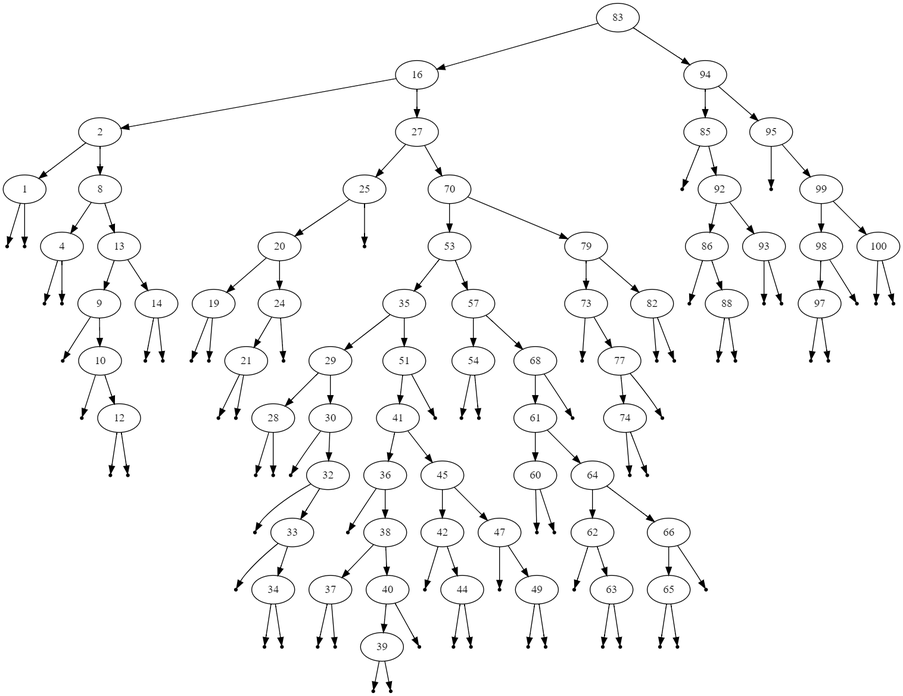
Before: examples/100_no_balance.png, a diagram exported from Graphviz (jnguyen1098/Tree-to-DOT). Its source is kept beside it as examples/100_no_balance.dot. Its diagram source:
```dot
digraph G {
	graph [ordering="out"];
	"83" -> "16"
	"83" -> "94"
	"16" -> "2"
	"16" -> "27"
	"2" -> "1"
	"2" -> "8"
	null0 [shape="point"]
	"1" -> null0
	null1 [shape="point"]
	"1" -> null1
	"8" -> "4"
	"8" -> "13"
	null2 [shape="point"]
	"4" -> null2
	null3 [shape="point"]
	"4" -> null3
	"13" -> "9"
	"13" -> "14"
	null4 [shape="point"]
	"9" -> null4
	"9" -> "10"
	null5 [shape="point"]
	"10" -> null5
	"10" -> "12"
	null6 [shape="point"]
	"12" -> null6
	null7 [shape="point"]
	"12" -> null7
	null8 [shape="point"]
	"14" -> null8
	null9 [shape="point"]
	"14" -> null9
	"27" -> "25"
	"27" -> "70"
	"25" -> "20"
	null10 [shape="point"]
	"25" -> null10
	"20" -> "19"
	"20" -> "24"
	null11 [shape="point"]
	"19" -> null11
	null12 [shape="point"]
	"19" -> null12
	"24" -> "21"
	null13 [shape="point"]
	"24" -> null13
	null14 [shape="point"]
	"21" -> null14
	null15 [shape="point"]
	"21" -> null15
	"70" -> "53"
	"70" -> "79"
	"53" -> "35"
	"53" -> "57"
	"35" -> "29"
	"35" -> "51"
	"29" -> "28"
	"29" -> "30"
	null16 [shape="point"]
	"28" -> null16
	null17 [shape="point"]
	"28" -> null17
	null18 [shape="point"]
	"30" -> null18
	"30" -> "32"
	null19 [shape="point"]
	"32" -> null19
	"32" -> "33"
	null20 [shape="point"]
	"33" -> null20
	"33" -> "34"
	null21 [shape="point"]
	"34" -> null21
	null22 [shape="point"]
	"34" -> null22
	"51" -> "41"
	null23 [shape="point"]
	"51" -> null23
	"41" -> "36"
	"41" -> "45"
	null24 [shape="point"]
	"36" -> null24
	"36" -> "38"
	"38" -> "37"
	"38" -> "40"
	null25 [shape="point"]
	"37" -> null25
	null26 [shape="point"]
	"37" -> null26
	"40" -> "39"
	null27 [shape="point"]
	"40" -> null27
	null28 [shape="point"]
	"39" -> null28
	null29 [shape="point"]
	"39" -> null29
	"45" -> "42"
	"45" -> "47"
	null30 [shape="point"]
	"42" -> null30
	"42" -> "44"
	null31 [shape="point"]
	"44" -> null31
	null32 [shape="point"]
	"44" -> null32
	null33 [shape="point"]
	"47" -> null33
	"47" -> "49"
	null34 [shape="point"]
	"49" -> null34
	null35 [shape="point"]
	"49" -> null35
	"57" -> "54"
	"57" -> "68"
	null36 [shape="point"]
	"54" -> null36
	null37 [shape="point"]
	"54" -> null37
	"68" -> "61"
	null38 [shape="point"]
	"68" -> null38
	"61" -> "60"
	"61" -> "64"
	null39 [shape="point"]
	"60" -> null39
	null40 [shape="point"]
	"60" -> null40
	"64" -> "62"
	"64" -> "66"
	null41 [shape="point"]
	"62" -> null41
	"62" -> "63"
	null42 [shape="point"]
	"63" -> null42
	null43 [shape="point"]
	"63" -> null43
	"66" -> "65"
	null44 [shape="point"]
	"66" -> null44
	null45 [shape="point"]
	"65" -> null45
	null46 [shape="point"]
	"65" -> null46
	"79" -> "73"
	"79" -> "82"
	null47 [shape="point"]
	"73" -> null47
	"73" -> "77"
	"77" -> "74"
	null48 [shape="point"]
	"77" -> null48
	null49 [shape="point"]
	"74" -> null49
	null50 [shape="point"]
	"74" -> null50
	null51 [shape="point"]
	"82" -> null51
	null52 [shape="point"]
	"82" -> null52
	"94" -> "85"
	"94" -> "95"
	null53 [shape="point"]
	"85" -> null53
	"85" -> "92"
	"92" -> "86"
	"92" -> "93"
	null54 [shape="point"]
	"86" -> null54
	"86" -> "88"
	null55 [shape="point"]
	"88" -> null55
	null56 [shape="point"]
	"88" -> null56
	null57 [shape="point"]
	"93" -> null57
	null58 [shape="point"]
	"93" -> null58
	null59 [shape="point"]
	"95" -> null59
	"95" -> "99"
	"99" -> "98"
	"99" -> "100"
	"98" -> "97"
	null60 [shape="point"]
	"98" -> null60
	null61 [shape="point"]
	"97" -> null61
	null62 [shape="point"]
	"97" -> null62
	null63 [shape="point"]
	"100" -> null63
	null64 [shape="point"]
	"100" -> null64
}
```
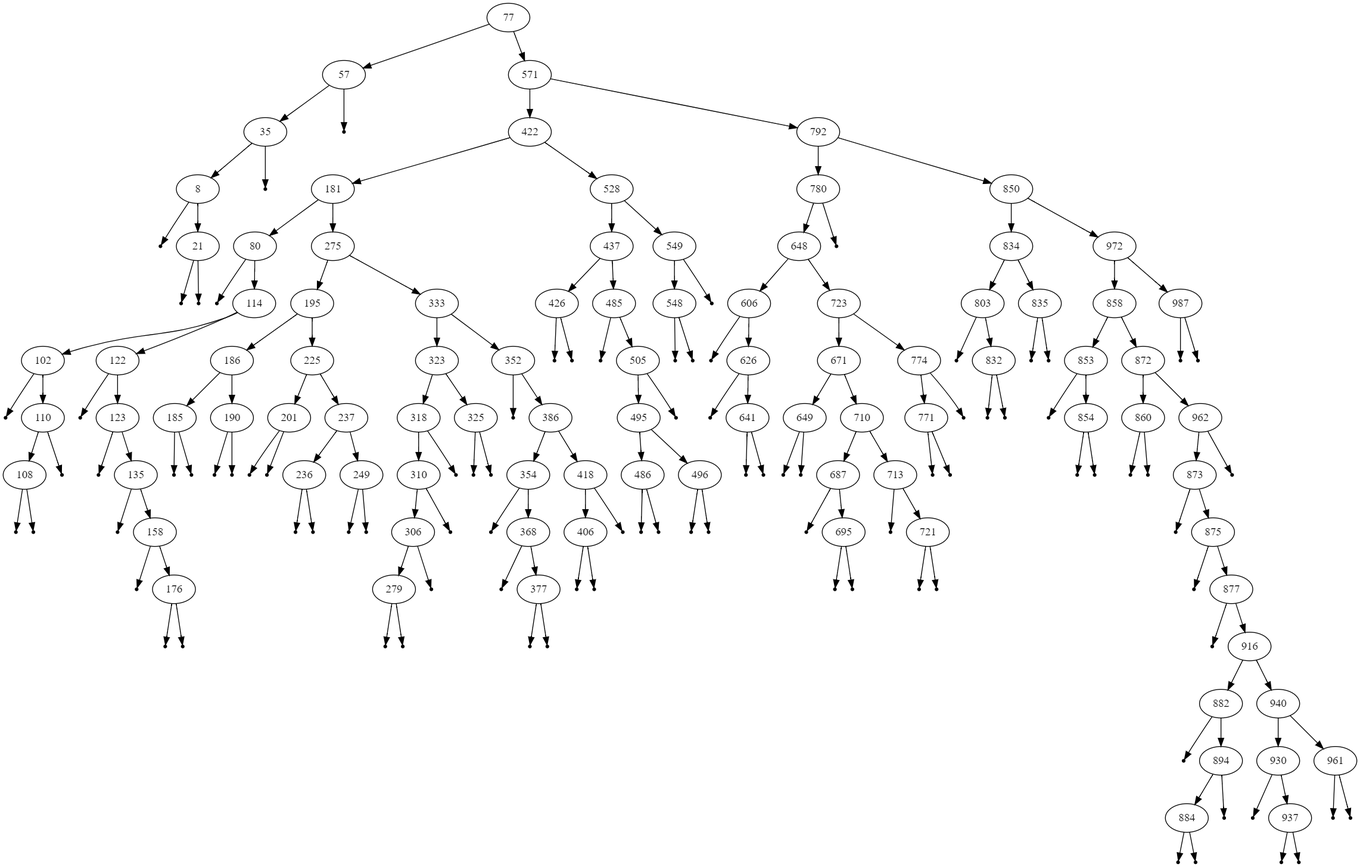
The same file after the commit.

The edit, as a diff of the source:
```diff
@@ -1,196 +1,280 @@
 digraph G {
 	graph [ordering="out"];
-	"83" -> "16"
-	"83" -> "94"
-	"16" -> "2"
-	"16" -> "27"
-	"2" -> "1"
-	"2" -> "8"
+	"77" -> "57"
+	"77" -> "571"
+	"57" -> "35"
 	null0 [shape="point"]
-	"1" -> null0
+	"57" -> null0
+	"35" -> "8"
 	null1 [shape="point"]
-	"1" -> null1
-	"8" -> "4"
-	"8" -> "13"
+	"35" -> null1
 	null2 [shape="point"]
-	"4" -> null2
+	"8" -> null2
+	"8" -> "21"
 	null3 [shape="point"]
-	"4" -> null3
-	"13" -> "9"
-	"13" -> "14"
+	"21" -> null3
 	null4 [shape="point"]
-	"9" -> null4
-	"9" -> "10"
+	"21" -> null4
+	"571" -> "422"
+	"571" -> "792"
+	"422" -> "181"
+	"422" -> "528"
+	"181" -> "80"
+	"181" -> "275"
 	null5 [shape="point"]
-	"10" -> null5
-	"10" -> "12"
+	"80" -> null5
+	"80" -> "114"
+	"114" -> "102"
+	"114" -> "122"
 	null6 [shape="point"]
-	"12" -> null6
+	"102" -> null6
+	"102" -> "110"
+	"110" -> "108"
 	null7 [shape="point"]
-	"12" -> null7
+	"110" -> null7
 	null8 [shape="point"]
-	"14" -> null8
+	"108" -> null8
 	null9 [shape="point"]
-	"14" -> null9
-	"27" -> "25"
-	"27" -> "70"
-	"25" -> "20"
+	"108" -> null9
 	null10 [shape="point"]
-	"25" -> null10
-	"20" -> "19"
-	"20" -> "24"
+	"122" -> null10
+	"122" -> "123"
 	null11 [shape="point"]
-	"19" -> null11
+	"123" -> null11
+	"123" -> "135"
 	null12 [shape="point"]
-	"19" -> null12
-	"24" -> "21"
+	"135" -> null12
+	"135" -> "158"
 	null13 [shape="point"]
-	"24" -> null13
+	"158" -> null13
+	"158" -> "176"
 	null14 [shape="point"]
-	"21" -> null14
+	"176" -> null14
 	null15 [shape="point"]
-	"21" -> null15
-	"70" -> "53"
-	"70" -> "79"
-	"53" -> "35"
-	"53" -> "57"
-	"35" -> "29"
-	"35" -> "51"
-	"29" -> "28"
-	"29" -> "30"
+	"176" -> null15
+	"275" -> "195"
+	"275" -> "333"
+	"195" -> "186"
+	"195" -> "225"
+	"186" -> "185"
+	"186" -> "190"
 	null16 [shape="point"]
-	"28" -> null16
+	"185" -> null16
 	null17 [shape="point"]
-	"28" -> null17
+	"185" -> null17
 	null18 [shape="point"]
-	"30" -> null18
-	"30" -> "32"
+	"190" -> null18
 	null19 [shape="point"]
-	"32" -> null19
-	"32" -> "33"
+	"190" -> null19
+	"225" -> "201"
+	"225" -> "237"
 	null20 [shape="point"]
-	"33" -> null20
-	"33" -> "34"
+	"201" -> null20
 	null21 [shape="point"]
-	"34" -> null21
+	"201" -> null21
+	"237" -> "236"
+	"237" -> "249"
 	null22 [shape="point"]
-	"34" -> null22
-	"51" -> "41"
+	"236" -> null22
 	null23 [shape="point"]
-	"51" -> null23
-	"41" -> "36"
-	"41" -> "45"
+	"236" -> null23
 	null24 [shape="point"]
-	"36" -> null24
-	"36" -> "38"
-	"38" -> "37"
-	"38" -> "40"
+	"249" -> null24
 	null25 [shape="point"]
-	"37" -> null25
+	"249" -> null25
+	"333" -> "323"
+	"333" -> "352"
+	"323" -> "318"
+	"323" -> "325"
+	"318" -> "310"
 	null26 [shape="point"]
-	"37" -> null26
-	"40" -> "39"
+	"318" -> null26
+	"310" -> "306"
 	null27 [shape="point"]
-	"40" -> null27
+	"310" -> null27
+	"306" -> "279"
 	null28 [shape="point"]
-	"39" -> null28
+	"306" -> null28
 	null29 [shape="point"]
-	"39" -> null29
-	"45" -> "42"
-	"45" -> "47"
+	"279" -> null29
 	null30 [shape="point"]
-	"42" -> null30
-	"42" -> "44"
+	"279" -> null30
 	null31 [shape="point"]
-	"44" -> null31
+	"325" -> null31
 	null32 [shape="point"]
-	"44" -> null32
+	"325" -> null32
 	null33 [shape="point"]
-	"47" -> null33
-	"47" -> "49"
+	"352" -> null33
+	"352" -> "386"
+	"386" -> "354"
+	"386" -> "418"
 	null34 [shape="point"]
-	"49" -> null34
+	"354" -> null34
+	"354" -> "368"
 	null35 [shape="point"]
-	"49" -> null35
-	"57" -> "54"
-	"57" -> "68"
+	"368" -> null35
+	"368" -> "377"
 	null36 [shape="point"]
-	"54" -> null36
+	"377" -> null36
 	null37 [shape="point"]
-	"54" -> null37
-	"68" -> "61"
+	"377" -> null37
+	"418" -> "406"
 	null38 [shape="point"]
-	"68" -> null38
-	"61" -> "60"
-	"61" -> "64"
+	"418" -> null38
 	null39 [shape="point"]
-	"60" -> null39
+	"406" -> null39
 	null40 [shape="point"]
-	"60" -> null40
-	"64" -> "62"
-	"64" -> "66"
+	"406" -> null40
+	"528" -> "437"
+	"528" -> "549"
+	"437" -> "426"
+	"437" -> "485"
 	null41 [shape="point"]
-	"62" -> null41
-	"62" -> "63"
+	"426" -> null41
 	null42 [shape="point"]
-	"63" -> null42
+	"426" -> null42
 	null43 [shape="point"]
-	"63" -> null43
-	"66" -> "65"
+	"485" -> null43
+	"485" -> "505"
+	"505" -> "495"
 	null44 [shape="point"]
-	"66" -> null44
+	"505" -> null44
+	"495" -> "486"
+	"495" -> "496"
 	null45 [shape="point"]
-	"65" -> null45
+	"486" -> null45
 	null46 [shape="point"]
-	"65" -> null46
-	"79" -> "73"
-	"79" -> "82"
+	"486" -> null46
 	null47 [shape="point"]
-	"73" -> null47
-	"73" -> "77"
-	"77" -> "74"
+	"496" -> null47
 	null48 [shape="point"]
-	"77" -> null48
+	"496" -> null48
+	"549" -> "548"
 	null49 [shape="point"]
-	"74" -> null49
+	"549" -> null49
 	null50 [shape="point"]
-	"74" -> null50
+	"548" -> null50
 	null51 [shape="point"]
-	"82" -> null51
+	"548" -> null51
+	"792" -> "780"
+	"792" -> "850"
+	"780" -> "648"
 	null52 [shape="point"]
-	"82" -> null52
-	"94" -> "85"
-	"94" -> "95"
+	"780" -> null52
+	"648" -> "606"
+	"648" -> "723"
 	null53 [shape="point"]
-	"85" -> null53
-	"85" -> "92"
-	"92" -> "86"
-	"92" -> "93"
+	"606" -> null53
+	"606" -> "626"
 	null54 [shape="point"]
-	"86" -> null54
-	"86" -> "88"
+	"626" -> null54
+	"626" -> "641"
 	null55 [shape="point"]
-	"88" -> null55
+	"641" -> null55
 	null56 [shape="point"]
-	"88" -> null56
+	"641" -> null56
+	"723" -> "671"
+	"723" -> "774"
+	"671" -> "649"
+	"671" -> "710"
 	null57 [shape="point"]
-	"93" -> null57
+	"649" -> null57
 	null58 [shape="point"]
-	"93" -> null58
+	"649" -> null58
+	"710" -> "687"
+	"710" -> "713"
 	null59 [shape="point"]
-	"95" -> null59
-	"95" -> "99"
-	"99" -> "98"
-	"99" -> "100"
-	"98" -> "97"
+	"687" -> null59
+	"687" -> "695"
 	null60 [shape="point"]
-	"98" -> null60
+	"695" -> null60
 	null61 [shape="point"]
-	"97" -> null61
+	"695" -> null61
 	null62 [shape="point"]
-	"97" -> null62
+	"713" -> null62
+	"713" -> "721"
 	null63 [shape="point"]
-	"100" -> null63
+	"721" -> null63
 	null64 [shape="point"]
-	"100" -> null64
+	"721" -> null64
+	"774" -> "771"
+	null65 [shape="point"]
+	"774" -> null65
+	null66 [shape="point"]
+	"771" -> null66
+	null67 [shape="point"]
+	"771" -> null67
+	"850" -> "834"
+	"850" -> "972"
+	"834" -> "803"
+	"834" -> "835"
+	null68 [shape="point"]
+	"803" -> null68
+	"803" -> "832"
+	null69 [shape="point"]
+	"832" -> null69
+	null70 [shape="point"]
+	"832" -> null70
+	null71 [shape="point"]
+	"835" -> null71
+	null72 [shape="point"]
+	"835" -> null72
+	"972" -> "858"
+	"972" -> "987"
+	"858" -> "853"
+	"858" -> "872"
+	null73 [shape="point"]
+	"853" -> null73
+	"853" -> "854"
+	null74 [shape="point"]
+	"854" -> null74
+	null75 [shape="point"]
+	"854" -> null75
+	"872" -> "860"
+	"872" -> "962"
+	null76 [shape="point"]
+	"860" -> null76
+	null77 [shape="point"]
+	"860" -> null77
+	"962" -> "873"
+	null78 [shape="point"]
+	"962" -> null78
+	null79 [shape="point"]
+	"873" -> null79
+	"873" -> "875"
+	null80 [shape="point"]
+	"875" -> null80
+	"875" -> "877"
+	null81 [shape="point"]
+	"877" -> null81
+	"877" -> "916"
+	"916" -> "882"
+	"916" -> "940"
+	null82 [shape="point"]
+	"882" -> null82
+	"882" -> "894"
+	"894" -> "884"
+	null83 [shape="point"]
+	"894" -> null83
+	null84 [shape="point"]
+	"884" -> null84
+	null85 [shape="point"]
+	"884" -> null85
+	"940" -> "930"
+	"940" -> "961"
+	null86 [shape="point"]
+	"930" -> null86
+	"930" -> "937"
+	null87 [shape="point"]
+	"937" -> null87
+	null88 [shape="point"]
+	"937" -> null88
+	null89 [shape="point"]
+	"961" -> null89
+	null90 [shape="point"]
+	"961" -> null90
+	null91 [shape="point"]
+	"987" -> null91
+	null92 [shape="point"]
+	"987" -> null92
 }
```
